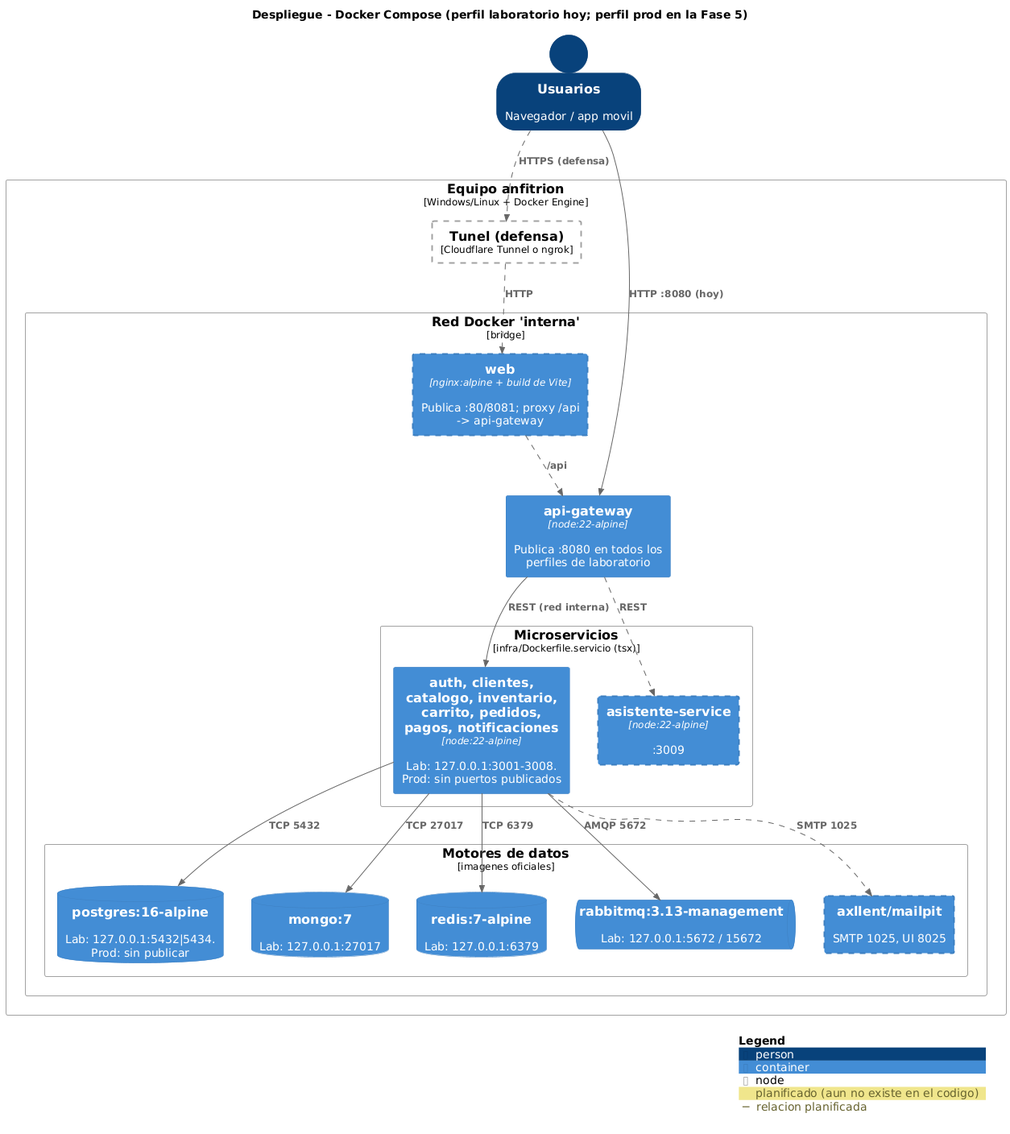
Earlier version of the PlantUML export docs/c4/png/05-despliegue.png (SerBy48/Proyecto-EIS-II). Source of this version:
```plantuml
@startuml 05-despliegue
!include lib/C4_Deployment.puml
!include estilo.puml
title Despliegue - Docker Compose (perfil laboratorio hoy; perfil prod en la Fase 5)

Person(usuario, "Usuarios", "Navegador / app movil")

Deployment_Node(host, "Equipo anfitrion", "Windows/Linux + Docker Engine") {
  Deployment_Node(tunel, "Tunel (defensa)", "Cloudflare Tunnel o ngrok", $tags="planificado") {
  }
  Deployment_Node(red, "Red Docker 'interna'", "bridge") {
    Container(web, "web", "nginx:alpine + build de Vite", "Publica :80/8081; proxy /api -> api-gateway", $tags="planificado")
    Container(gw, "api-gateway", "node:22-alpine", "Publica :8080 en todos los perfiles de laboratorio")
    Deployment_Node(svcs, "Microservicios", "infra/Dockerfile.servicio (tsx)") {
      Container(ms, "auth, clientes, catalogo, inventario, carrito, pedidos, pagos, notificaciones", "node:22-alpine", "Lab: 127.0.0.1:3001-3008. Prod: sin puertos publicados")
      Container(asis, "asistente-service", "node:22-alpine", ":3009", $tags="planificado")
    }
    Deployment_Node(datos, "Motores de datos", "imagenes oficiales") {
      ContainerDb(pg, "postgres:16-alpine", "", "Lab: 127.0.0.1:5432|5434. Prod: sin publicar")
      ContainerDb(mongo, "mongo:7", "", "Lab: 127.0.0.1:27017")
      ContainerDb(redis, "redis:7-alpine", "", "Lab: 127.0.0.1:6379")
      ContainerQueue(mq, "rabbitmq:3.13-management", "", "Lab: 127.0.0.1:5672 / 15672")
      Container(mail, "axllent/mailpit", "", "SMTP 1025, UI 8025", $tags="planificado")
    }
  }
}

Rel(usuario, gw, "HTTP :8080 (hoy)")
Rel(usuario, tunel, "HTTPS (defensa)", $tags="planificado")
Rel(tunel, web, "HTTP", $tags="planificado")
Rel(web, gw, "/api", $tags="planificado")
Rel(gw, ms, "REST (red interna)")
Rel(gw, asis, "REST", $tags="planificado")
Rel(ms, pg, "TCP 5432")
Rel(ms, mongo, "TCP 27017")
Rel(ms, redis, "TCP 6379")
Rel(ms, mq, "AMQP 5672")
Rel(ms, mail, "SMTP 1025", $tags="planificado")
SHOW_LEGEND()
@enduml
```
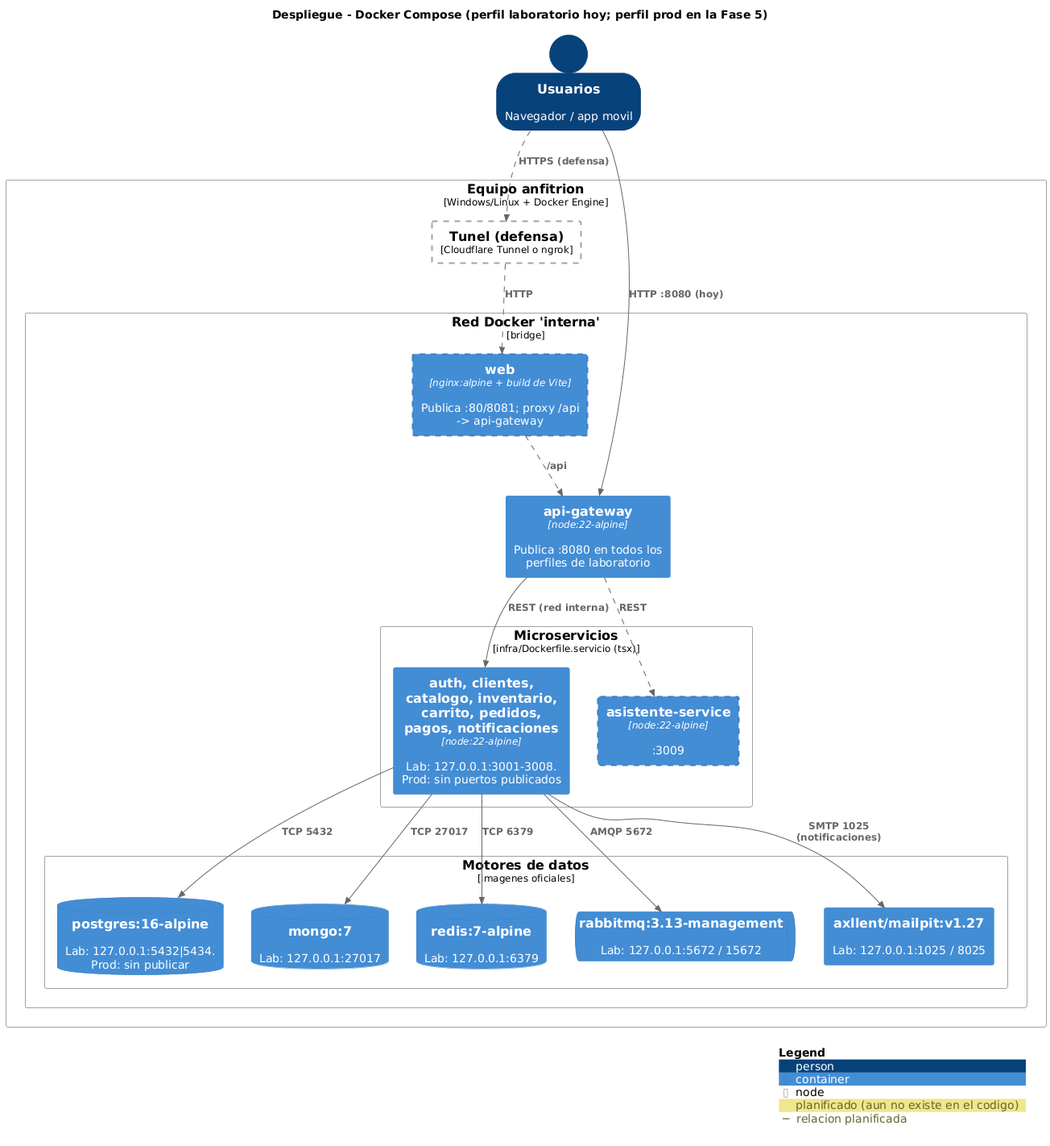
The same file after the commit.

What changed in the source:
```diff
@@ -20,7 +20,7 @@
       ContainerDb(mongo, "mongo:7", "", "Lab: 127.0.0.1:27017")
       ContainerDb(redis, "redis:7-alpine", "", "Lab: 127.0.0.1:6379")
       ContainerQueue(mq, "rabbitmq:3.13-management", "", "Lab: 127.0.0.1:5672 / 15672")
-      Container(mail, "axllent/mailpit", "", "SMTP 1025, UI 8025", $tags="planificado")
+      Container(mail, "axllent/mailpit:v1.27", "", "Lab: 127.0.0.1:1025 / 8025")
     }
   }
 }
@@ -35,6 +35,6 @@
 Rel(ms, mongo, "TCP 27017")
 Rel(ms, redis, "TCP 6379")
 Rel(ms, mq, "AMQP 5672")
-Rel(ms, mail, "SMTP 1025", $tags="planificado")
+Rel(ms, mail, "SMTP 1025 (notificaciones)")
 SHOW_LEGEND()
 @enduml
```
